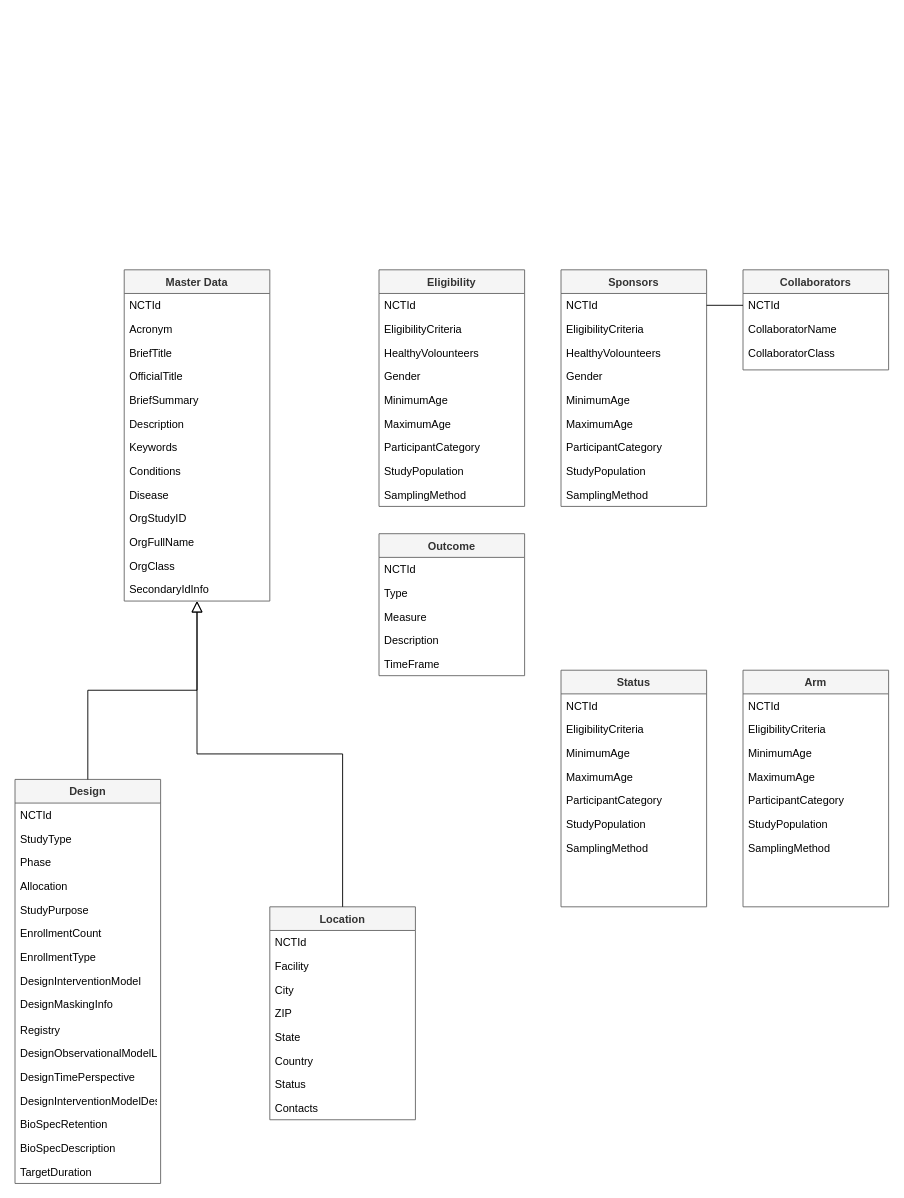
This is SQL_schema_CTgov.drawio from arnaud-dg/CT_gov_project, a draw.io file, before an edit. Source tidied: cells renumbered, new cells numbered last; positions are measured from the earlier drawing's top-left corner, leaving out a move shared by most shapes. Both pictures are drawn from the tidied source at 91%, with x=0, y=0 at pixel (15, 269).
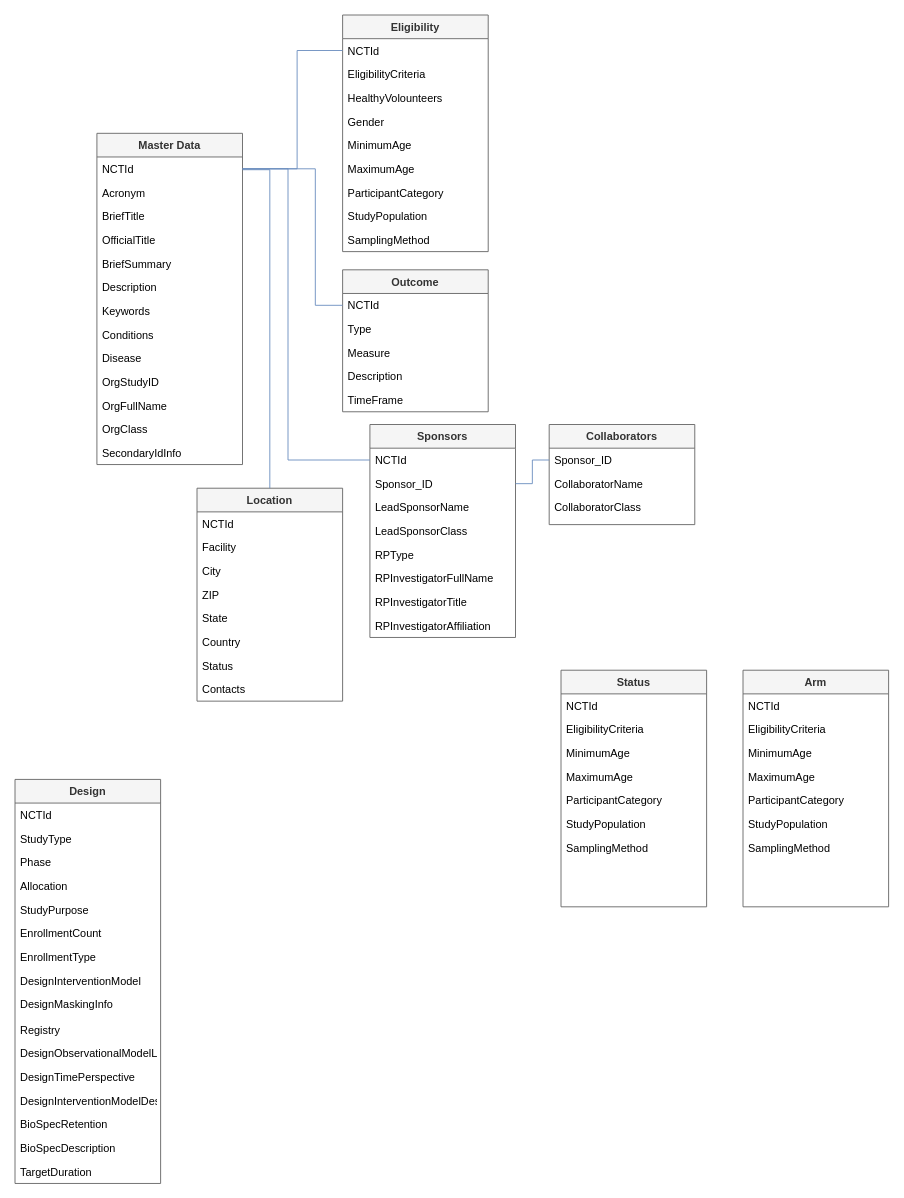
The same diagram, later.

Commit message:
Mettre à jour SQL_schema_CTgov.drawio

The change refers to these unchanged cells:
```xml
<mxCell id="3" value="NCTId" style="text;align=left;verticalAlign=top;spacingLeft=4;spacingRight=4;overflow=hidden;points=[[0,0.5],[1,0.5]];portConstraint=eastwest;rounded=0;shadow=0;html=0;" parent="2" vertex="1">
  <mxGeometry y="26" width="160" height="26" as="geometry" />
</mxCell>
<mxCell id="16" value="Design" style="swimlane;fontStyle=1;align=center;verticalAlign=top;horizontal=1;startSize=26;rounded=0;shadow=0;strokeWidth=1;fillColor=#f5f5f5;fontColor=#333333;strokeColor=#666666;" parent="1" vertex="1">
  <mxGeometry y="560" width="160" height="444" as="geometry" />
</mxCell>
<mxCell id="45" value="NCTId" style="text;align=left;verticalAlign=top;spacingLeft=4;spacingRight=4;overflow=hidden;points=[[0,0.5],[1,0.5]];portConstraint=eastwest;" parent="44" vertex="1">
  <mxGeometry y="26" width="160" height="26" as="geometry" />
</mxCell>
<mxCell id="51" value="NCTId" style="text;align=left;verticalAlign=top;spacingLeft=4;spacingRight=4;overflow=hidden;points=[[0,0.5],[1,0.5]];portConstraint=eastwest;" parent="50" vertex="1">
  <mxGeometry y="26" width="160" height="26" as="geometry" />
</mxCell>
<mxCell id="61" value="NCTId" style="text;align=left;verticalAlign=top;spacingLeft=4;spacingRight=4;overflow=hidden;points=[[0,0.5],[1,0.5]];portConstraint=eastwest;" parent="60" vertex="1">
  <mxGeometry y="26" width="160" height="26" as="geometry" />
</mxCell>
```

Diff of the diagram source:
```diff
@@
     <mxCell id="2" value="Master Data" style="swimlane;fontStyle=1;align=center;verticalAlign=top;horizontal=1;startSize=26;rounded=0;shadow=0;strokeWidth=1;labelBackgroundColor=none;fillColor=#f5f5f5;fontColor=#333333;strokeColor=#666666;" parent="1" vertex="1">
-      <mxGeometry x="120" width="160" height="364" as="geometry" />
+      <mxGeometry x="90" y="-150" width="160" height="364" as="geometry" />
     </mxCell>
@@
-    <mxCell id="33" style="endArrow=block;endSize=10;endFill=0;shadow=0;strokeWidth=1;rounded=0;edgeStyle=elbowEdgeStyle;elbow=vertical;" parent="1" edge="1" source="16" target="2">
-      <mxGeometry relative="1" as="geometry" />
-    </mxCell>
     <mxCell id="34" value="Location" style="swimlane;fontStyle=1;align=center;verticalAlign=top;horizontal=1;startSize=26;rounded=0;shadow=0;strokeWidth=1;fillColor=#f5f5f5;fontColor=#333333;strokeColor=#666666;" parent="1" vertex="1">
-      <mxGeometry x="280" y="700" width="160" height="234" as="geometry" />
+      <mxGeometry x="200" y="240" width="160" height="234" as="geometry" />
     </mxCell>
@@
-    <mxCell id="43" style="endArrow=block;endSize=10;endFill=0;shadow=0;strokeWidth=1;rounded=0;edgeStyle=elbowEdgeStyle;elbow=vertical;" parent="1" edge="1" source="34" target="2">
-      <mxGeometry relative="1" as="geometry" />
-    </mxCell>
     <mxCell id="44" value="Outcome" style="swimlane;fontStyle=1;align=center;verticalAlign=top;horizontal=1;startSize=26;rounded=0;shadow=0;strokeWidth=1;fillColor=#f5f5f5;fontColor=#333333;strokeColor=#666666;" parent="1" vertex="1">
-      <mxGeometry x="400" y="290" width="160" height="156" as="geometry" />
+      <mxGeometry x="360" width="160" height="156" as="geometry" />
     </mxCell>
@@
     <mxCell id="50" value="Eligibility" style="swimlane;fontStyle=1;align=center;verticalAlign=top;horizontal=1;startSize=26;rounded=0;shadow=0;strokeWidth=1;fillColor=#f5f5f5;fontColor=#333333;strokeColor=#666666;" parent="1" vertex="1">
-      <mxGeometry x="400" width="160" height="260" as="geometry" />
+      <mxGeometry x="360" y="-280" width="160" height="260" as="geometry" />
     </mxCell>
@@
     <mxCell id="60" value="Sponsors" style="swimlane;fontStyle=1;align=center;verticalAlign=top;horizontal=1;startSize=26;rounded=0;shadow=0;strokeWidth=1;fillColor=#f5f5f5;fontColor=#333333;strokeColor=#666666;" parent="1" vertex="1">
-      <mxGeometry x="600" width="160" height="260" as="geometry" />
+      <mxGeometry x="390" y="170" width="160" height="234" as="geometry" />
     </mxCell>
+    <mxCell id="95" style="edgeStyle=orthogonalEdgeStyle;rounded=0;jettySize=auto;html=1;exitX=0;exitY=0.5;exitDx=0;exitDy=0;strokeColor=none;" parent="60" edge="1" source="61">
+      <mxGeometry relative="1" as="geometry">
+        <mxPoint x="-110" y="-280" as="targetPoint" />
+        <Array as="points">
+          <mxPoint x="-109" y="39" />
+        </Array>
+      </mxGeometry>
+    </mxCell>
@@
+    <mxCell id="96" value="Sponsor_ID" style="text;align=left;verticalAlign=top;spacingLeft=4;spacingRight=4;overflow=hidden;points=[[0,0.5],[1,0.5]];portConstraint=eastwest;rounded=0;shadow=0;html=0;" parent="60" vertex="1">
+      <mxGeometry y="52" width="160" height="26" as="geometry" />
+    </mxCell>
-    <mxCell id="62" value="EligibilityCriteria" style="text;align=left;verticalAlign=top;spacingLeft=4;spacingRight=4;overflow=hidden;rounded=0;shadow=0;html=0;" parent="60" vertex="1">
-      <mxGeometry y="52" width="160" height="26" as="geometry" />
+    <mxCell id="62" value="LeadSponsorName" style="text;align=left;verticalAlign=top;spacingLeft=4;spacingRight=4;overflow=hidden;rounded=0;shadow=0;html=0;" parent="60" vertex="1">
+      <mxGeometry y="78" width="160" height="26" as="geometry" />
     </mxCell>
-    <mxCell id="63" value="HealthyVolounteers" style="text;align=left;verticalAlign=top;spacingLeft=4;spacingRight=4;overflow=hidden;rounded=0;shadow=0;html=0;" parent="60" vertex="1">
-      <mxGeometry y="78" width="160" height="26" as="geometry" />
+    <mxCell id="63" value="LeadSponsorClass" style="text;align=left;verticalAlign=top;spacingLeft=4;spacingRight=4;overflow=hidden;rounded=0;shadow=0;html=0;" parent="60" vertex="1">
+      <mxGeometry y="104" width="160" height="26" as="geometry" />
     </mxCell>
-    <mxCell id="64" value="Gender" style="text;align=left;verticalAlign=top;spacingLeft=4;spacingRight=4;overflow=hidden;rounded=0;shadow=0;html=0;" parent="60" vertex="1">
-      <mxGeometry y="104" width="160" height="26" as="geometry" />
+    <mxCell id="64" value="RPType" style="text;align=left;verticalAlign=top;spacingLeft=4;spacingRight=4;overflow=hidden;rounded=0;shadow=0;html=0;" parent="60" vertex="1">
+      <mxGeometry y="130" width="160" height="26" as="geometry" />
     </mxCell>
-    <mxCell id="65" value="MinimumAge" style="text;align=left;verticalAlign=top;spacingLeft=4;spacingRight=4;overflow=hidden;rounded=0;shadow=0;html=0;" parent="60" vertex="1">
-      <mxGeometry y="130" width="160" height="26" as="geometry" />
+    <mxCell id="65" value="RPInvestigatorFullName" style="text;align=left;verticalAlign=top;spacingLeft=4;spacingRight=4;overflow=hidden;rounded=0;shadow=0;html=0;" parent="60" vertex="1">
+      <mxGeometry y="156" width="160" height="26" as="geometry" />
     </mxCell>
-    <mxCell id="66" value="MaximumAge" style="text;align=left;verticalAlign=top;spacingLeft=4;spacingRight=4;overflow=hidden;rounded=0;shadow=0;html=0;" parent="60" vertex="1">
-      <mxGeometry y="156" width="160" height="26" as="geometry" />
+    <mxCell id="66" value="RPInvestigatorTitle" style="text;align=left;verticalAlign=top;spacingLeft=4;spacingRight=4;overflow=hidden;rounded=0;shadow=0;html=0;" parent="60" vertex="1">
+      <mxGeometry y="182" width="160" height="26" as="geometry" />
     </mxCell>
-    <mxCell id="67" value="ParticipantCategory" style="text;align=left;verticalAlign=top;spacingLeft=4;spacingRight=4;overflow=hidden;rounded=0;shadow=0;html=0;" parent="60" vertex="1">
-      <mxGeometry y="182" width="160" height="26" as="geometry" />
+    <mxCell id="67" value="RPInvestigatorAffiliation" style="text;align=left;verticalAlign=top;spacingLeft=4;spacingRight=4;overflow=hidden;rounded=0;shadow=0;html=0;" parent="60" vertex="1">
+      <mxGeometry y="208" width="160" height="26" as="geometry" />
     </mxCell>
-    <mxCell id="68" value="StudyPopulation" style="text;align=left;verticalAlign=top;spacingLeft=4;spacingRight=4;overflow=hidden;rounded=0;shadow=0;html=0;" parent="60" vertex="1">
-      <mxGeometry y="208" width="160" height="26" as="geometry" />
-    </mxCell>
-    <mxCell id="69" value="SamplingMethod" style="text;align=left;verticalAlign=top;spacingLeft=4;spacingRight=4;overflow=hidden;rounded=0;shadow=0;html=0;" parent="60" vertex="1">
-      <mxGeometry y="234" width="160" height="26" as="geometry" />
-    </mxCell>
     <mxCell id="70" value="Collaborators" style="swimlane;fontStyle=1;align=center;verticalAlign=top;horizontal=1;startSize=26;rounded=0;shadow=0;strokeWidth=1;fillColor=#f5f5f5;fontColor=#333333;strokeColor=#666666;" parent="1" vertex="1">
-      <mxGeometry x="800" width="160" height="110" as="geometry" />
+      <mxGeometry x="587" y="170" width="160" height="110" as="geometry" />
     </mxCell>
-    <mxCell id="71" value="NCTId" style="text;align=left;verticalAlign=top;spacingLeft=4;spacingRight=4;overflow=hidden;points=[[0,0.5],[1,0.5]];portConstraint=eastwest;" parent="70" vertex="1">
+    <mxCell id="71" value="Sponsor_ID" style="text;align=left;verticalAlign=top;spacingLeft=4;spacingRight=4;overflow=hidden;points=[[0,0.5],[1,0.5]];portConstraint=eastwest;" parent="70" vertex="1">
       <mxGeometry y="26" width="160" height="26" as="geometry" />
     </mxCell>
@@
-    <mxCell id="74" style="edgeStyle=none;rounded=0;jettySize=auto;html=1;entryX=0;entryY=0.5;entryDx=0;entryDy=0;horizontal=1;endArrow=none;endFill=0;exitX=1;exitY=0.5;exitDx=0;exitDy=0;" parent="1" edge="1" source="61" target="71">
-      <mxGeometry relative="1" as="geometry" />
-    </mxCell>
@@
+    <mxCell id="97" style="endArrow=none;html=1;rounded=0;exitX=1;exitY=0.5;exitDx=0;exitDy=0;entryX=0;entryY=0.5;entryDx=0;entryDy=0;fillColor=#dae8fc;strokeColor=#6c8ebf;edgeStyle=orthogonalEdgeStyle;" parent="1" edge="1" source="3" target="45">
+      <mxGeometry relative="1" as="geometry">
+        <Array as="points">
+          <mxPoint x="330" y="-111" />
+          <mxPoint x="330" y="39" />
+        </Array>
+      </mxGeometry>
+    </mxCell>
+    <mxCell id="98" style="endArrow=none;html=1;rounded=0;exitX=1;exitY=0.5;exitDx=0;exitDy=0;entryX=0;entryY=0.5;entryDx=0;entryDy=0;fillColor=#dae8fc;strokeColor=#6c8ebf;edgeStyle=orthogonalEdgeStyle;" parent="1" edge="1" source="3" target="51">
+      <mxGeometry relative="1" as="geometry">
+        <Array as="points">
+          <mxPoint x="310" y="-111" />
+          <mxPoint x="310" y="-241" />
+        </Array>
+      </mxGeometry>
+    </mxCell>
+    <mxCell id="99" style="endArrow=none;html=1;rounded=0;entryX=0;entryY=0.5;entryDx=0;entryDy=0;exitX=1;exitY=0.5;exitDx=0;exitDy=0;fillColor=#dae8fc;strokeColor=#6c8ebf;edgeStyle=orthogonalEdgeStyle;" parent="1" edge="1" source="96" target="71">
+      <mxGeometry relative="1" as="geometry" />
+    </mxCell>
+    <mxCell id="100" style="endArrow=none;html=1;rounded=0;exitX=0;exitY=0.5;exitDx=0;exitDy=0;entryX=1;entryY=0.5;entryDx=0;entryDy=0;edgeStyle=orthogonalEdgeStyle;fillColor=#dae8fc;strokeColor=#6c8ebf;" parent="1" edge="1" source="61" target="3">
+      <mxGeometry relative="1" as="geometry">
+        <Array as="points">
+          <mxPoint x="300" y="209" />
+          <mxPoint x="300" y="-111" />
+        </Array>
+      </mxGeometry>
+    </mxCell>
+    <mxCell id="101" style="endArrow=none;html=1;rounded=0;exitX=0.5;exitY=0;exitDx=0;exitDy=0;fillColor=#dae8fc;strokeColor=#6c8ebf;edgeStyle=orthogonalEdgeStyle;" parent="1" edge="1" source="34">
+      <mxGeometry relative="1" as="geometry">
+        <mxPoint x="250" y="-110" as="targetPoint" />
+        <Array as="points">
+          <mxPoint x="280" y="-110" />
+        </Array>
+      </mxGeometry>
+    </mxCell>
```
